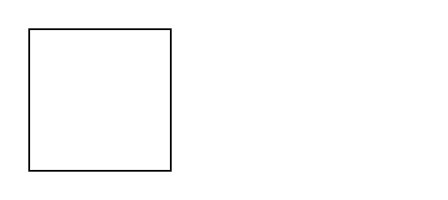
Above: Untitled Diagram.drawio in dictav/test-diagram (draw.io), before the change. Source tidied: cells renumbered, new cells numbered last; positions are measured from the earlier drawing's top-left corner, leaving out a move shared by most shapes. Both pictures are drawn from the tidied source at 177%, with x=0, y=0 at pixel (28, 28).
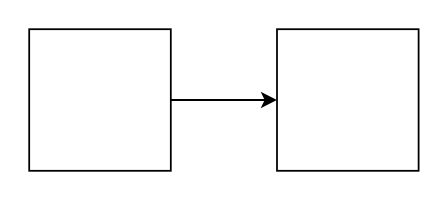
The same page after the edit.

Change to the diagram source:
```diff
@@
 <mxGraphModel>
   <root>
     <mxCell id="0" />
     <mxCell id="1" parent="0" />
+    <mxCell id="3" style="edgeStyle=orthogonalEdgeStyle;rounded=0;jettySize=auto;html=1;exitX=1;exitY=0.5;exitDx=0;exitDy=0;entryX=0;entryY=0.5;entryDx=0;entryDy=0;" parent="1" edge="1" source="2" target="4">
+      <mxGeometry relative="1" as="geometry" />
+    </mxCell>
     <mxCell id="2" style="whiteSpace=wrap;html=1;" parent="1" vertex="1">
       <mxGeometry width="80" height="80" as="geometry" />
     </mxCell>
+    <mxCell id="4" style="whiteSpace=wrap;html=1;" parent="1" vertex="1">
+      <mxGeometry x="140" width="80" height="80" as="geometry" />
+    </mxCell>
   </root>
 </mxGraphModel>
```
